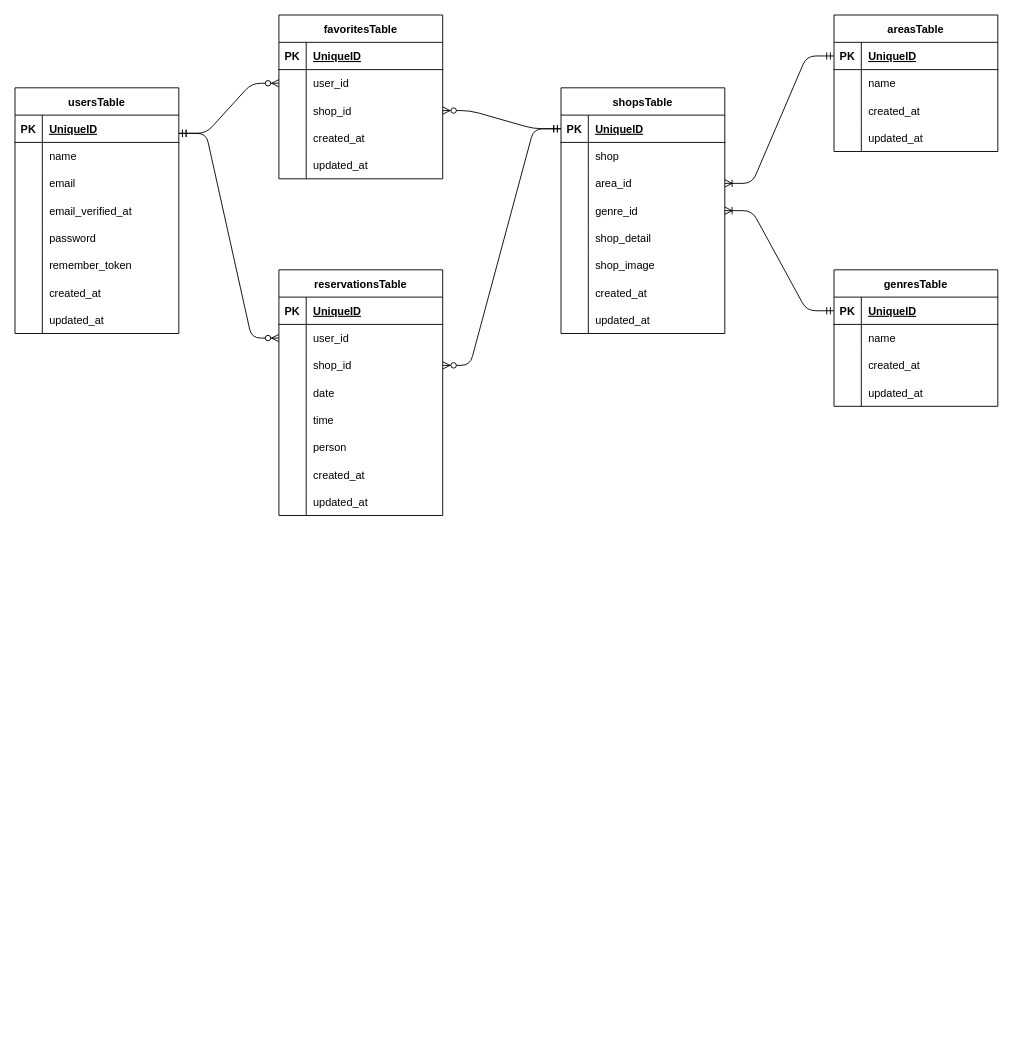
Before: er.dio in Chayney/reservation, a draw.io diagram. Source tidied: cells renumbered, new cells numbered last; positions are measured from the earlier drawing's top-left corner, leaving out a move shared by most shapes. Both pictures are drawn from the tidied source at 91%, with x=0, y=0 at pixel (15, 15).
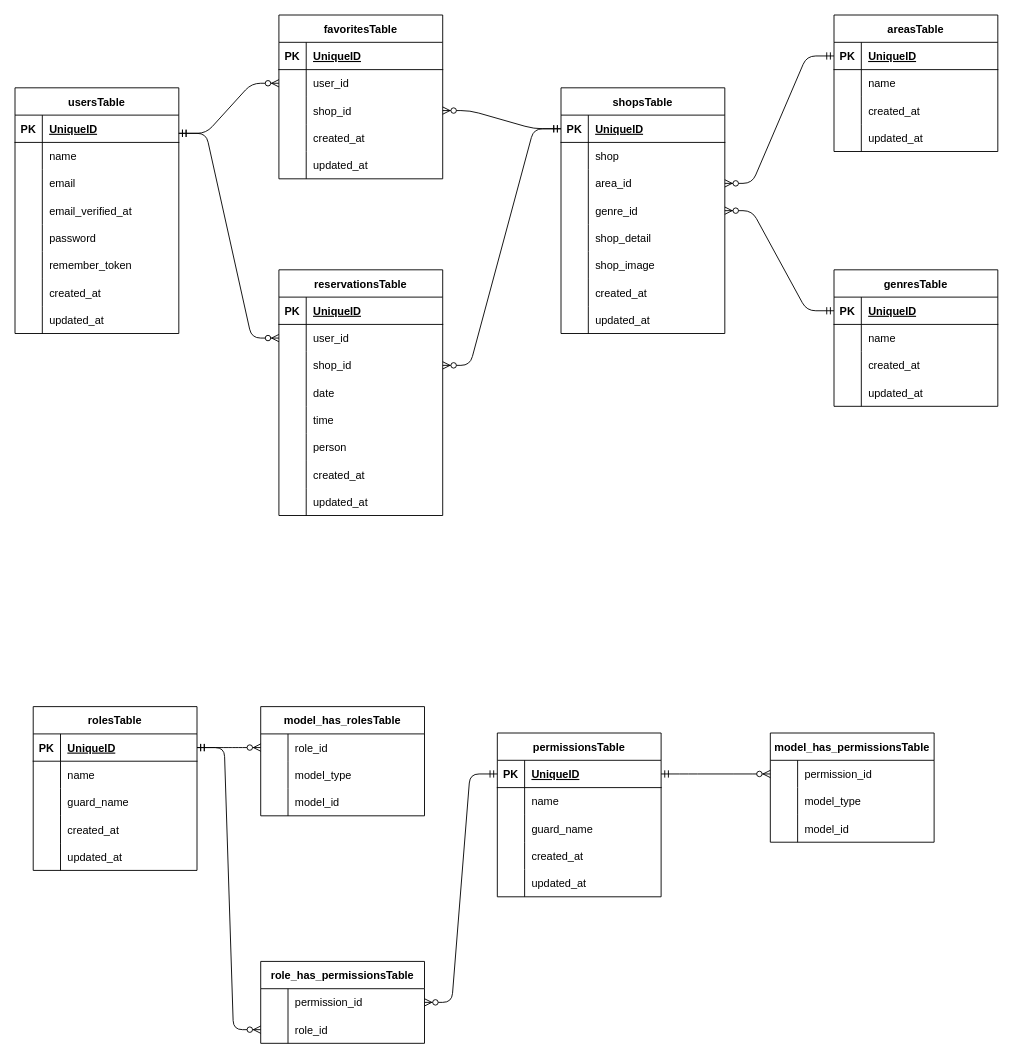
After the change.

Unchanged cells that the change refers to:
```xml
<mxCell id="75" style="shape=tableRow;horizontal=0;startSize=0;swimlaneHead=0;swimlaneBody=0;fillColor=none;points=[[0,0.5],[1,0.5]];portConstraint=eastwest;top=0;left=0;right=0;bottom=0;" parent="68" vertex="1">
  <mxGeometry y="90" width="180" height="30" as="geometry" />
</mxCell>
<mxCell id="78" style="shape=tableRow;horizontal=0;startSize=0;swimlaneHead=0;swimlaneBody=0;fillColor=none;points=[[0,0.5],[1,0.5]];portConstraint=eastwest;top=0;left=0;right=0;bottom=0;" parent="68" vertex="1">
  <mxGeometry y="120" width="180" height="30" as="geometry" />
</mxCell>
<mxCell id="98" style="shape=tableRow;horizontal=0;startSize=0;swimlaneHead=0;swimlaneBody=0;fillColor=none;points=[[0,0.5],[1,0.5]];portConstraint=eastwest;top=0;left=0;right=0;bottom=1;" parent="97" vertex="1">
  <mxGeometry y="30" width="180" height="30" as="geometry" />
</mxCell>
<mxCell id="111" style="shape=tableRow;horizontal=0;startSize=0;swimlaneHead=0;swimlaneBody=0;fillColor=none;points=[[0,0.5],[1,0.5]];portConstraint=eastwest;top=0;left=0;right=0;bottom=1;" parent="110" vertex="1">
  <mxGeometry y="30" width="180" height="30" as="geometry" />
</mxCell>
```

What changed in the source:
```diff
@@
-    <mxCell id="123" style="edgeStyle=entityRelationEdgeStyle;fontSize=12;html=1;endArrow=ERoneToMany;startArrow=ERmandOne;exitX=0;exitY=0.5;exitDx=0;exitDy=0;entryX=1;entryY=0.5;entryDx=0;entryDy=0;" parent="1" edge="1" source="98" target="75">
+    <mxCell id="123" style="edgeStyle=entityRelationEdgeStyle;fontSize=12;html=1;endArrow=ERzeroToMany;startArrow=ERmandOne;entryX=1;entryY=0.5;entryDx=0;entryDy=0;" parent="1" edge="1" source="98" target="75">
       <mxGeometry relative="1" as="geometry" />
     </mxCell>
-    <mxCell id="124" style="edgeStyle=entityRelationEdgeStyle;fontSize=12;html=1;endArrow=ERoneToMany;startArrow=ERmandOne;entryX=1;entryY=0.5;entryDx=0;entryDy=0;exitX=0;exitY=0.5;exitDx=0;exitDy=0;" parent="1" edge="1" source="111" target="78">
+    <mxCell id="124" style="edgeStyle=entityRelationEdgeStyle;fontSize=12;html=1;endArrow=ERzeroToMany;startArrow=ERmandOne;" parent="1" edge="1" source="111" target="78">
       <mxGeometry relative="1" as="geometry" />
     </mxCell>
+    <mxCell id="125" value="rolesTable" style="shape=table;startSize=30;childLayout=tableLayout;rowLines=0;fontStyle=1;align=center;" parent="1" vertex="1">
+      <mxGeometry x="20" y="760" width="180" height="180" as="geometry" />
+    </mxCell>
+    <mxCell id="126" style="shape=tableRow;horizontal=0;startSize=0;swimlaneHead=0;swimlaneBody=0;fillColor=none;points=[[0,0.5],[1,0.5]];portConstraint=eastwest;top=0;left=0;right=0;bottom=1;" parent="125" vertex="1">
+      <mxGeometry y="30" width="180" height="30" as="geometry" />
+    </mxCell>
+    <mxCell id="127" value="PK" style="shape=partialRectangle;fillColor=none;top=0;left=0;bottom=0;right=0;fontStyle=1;overflow=hidden;" parent="126" vertex="1">
+      <mxGeometry width="30" height="30" as="geometry" />
+    </mxCell>
+    <mxCell id="128" value="UniqueID" style="shape=partialRectangle;fillColor=none;top=0;left=0;bottom=0;right=0;align=left;spacingLeft=6;fontStyle=5;overflow=hidden;" parent="126" vertex="1">
+      <mxGeometry x="30" width="150" height="30" as="geometry" />
+    </mxCell>
+    <mxCell id="129" style="shape=tableRow;horizontal=0;startSize=0;swimlaneHead=0;swimlaneBody=0;fillColor=none;top=0;left=0;right=0;bottom=0;" parent="125" vertex="1">
+      <mxGeometry y="60" width="180" height="30" as="geometry" />
+    </mxCell>
+    <mxCell id="130" style="shape=partialRectangle;fillColor=none;top=0;left=0;bottom=0;right=0;overflow=hidden;" parent="129" vertex="1">
+      <mxGeometry width="30" height="30" as="geometry" />
+    </mxCell>
+    <mxCell id="131" value="name" style="shape=partialRectangle;fillColor=none;top=0;left=0;bottom=0;right=0;align=left;spacingLeft=6;overflow=hidden;" parent="129" vertex="1">
+      <mxGeometry x="30" width="150" height="30" as="geometry" />
+    </mxCell>
+    <mxCell id="132" style="shape=tableRow;horizontal=0;startSize=0;swimlaneHead=0;swimlaneBody=0;fillColor=none;top=0;left=0;right=0;bottom=0;" parent="125" vertex="1">
+      <mxGeometry y="90" width="180" height="30" as="geometry" />
+    </mxCell>
+    <mxCell id="133" style="shape=partialRectangle;fillColor=none;top=0;left=0;bottom=0;right=0;overflow=hidden;" parent="132" vertex="1">
+      <mxGeometry width="30" height="30" as="geometry" />
+    </mxCell>
+    <mxCell id="134" value="guard_name" style="shape=partialRectangle;fillColor=none;top=0;left=0;bottom=0;right=0;align=left;spacingLeft=6;overflow=hidden;" parent="132" vertex="1">
+      <mxGeometry x="30" width="150" height="30" as="geometry" />
+    </mxCell>
+    <mxCell id="135" style="shape=tableRow;horizontal=0;startSize=0;swimlaneHead=0;swimlaneBody=0;fillColor=none;top=0;left=0;right=0;bottom=0;" parent="125" vertex="1">
+      <mxGeometry y="120" width="180" height="30" as="geometry" />
+    </mxCell>
+    <mxCell id="136" style="shape=partialRectangle;fillColor=none;top=0;left=0;bottom=0;right=0;overflow=hidden;" parent="135" vertex="1">
+      <mxGeometry width="30" height="30" as="geometry" />
+    </mxCell>
+    <mxCell id="137" value="created_at" style="shape=partialRectangle;fillColor=none;top=0;left=0;bottom=0;right=0;align=left;spacingLeft=6;overflow=hidden;" parent="135" vertex="1">
+      <mxGeometry x="30" width="150" height="30" as="geometry" />
+    </mxCell>
+    <mxCell id="138" style="shape=tableRow;horizontal=0;startSize=0;swimlaneHead=0;swimlaneBody=0;fillColor=none;top=0;left=0;right=0;bottom=0;" parent="125" vertex="1">
+      <mxGeometry y="150" width="180" height="30" as="geometry" />
+    </mxCell>
+    <mxCell id="139" style="shape=partialRectangle;fillColor=none;top=0;left=0;bottom=0;right=0;overflow=hidden;" parent="138" vertex="1">
+      <mxGeometry width="30" height="30" as="geometry" />
+    </mxCell>
+    <mxCell id="140" value="updated_at" style="shape=partialRectangle;fillColor=none;top=0;left=0;bottom=0;right=0;align=left;spacingLeft=6;overflow=hidden;" parent="138" vertex="1">
+      <mxGeometry x="30" width="150" height="30" as="geometry" />
+    </mxCell>
+    <mxCell id="141" value="model_has_rolesTable" style="shape=table;startSize=30;childLayout=tableLayout;rowLines=0;fontStyle=1;align=center;" parent="1" vertex="1">
+      <mxGeometry x="270" y="760" width="180" height="120" as="geometry" />
+    </mxCell>
+    <mxCell id="142" style="shape=tableRow;horizontal=0;startSize=0;swimlaneHead=0;swimlaneBody=0;fillColor=none;points=[[0,0.5],[1,0.5]];portConstraint=eastwest;top=0;left=0;right=0;bottom=0;" parent="141" vertex="1">
+      <mxGeometry y="30" width="180" height="30" as="geometry" />
+    </mxCell>
+    <mxCell id="143" style="shape=partialRectangle;fillColor=none;top=0;left=0;bottom=0;right=0;overflow=hidden;" parent="142" vertex="1">
+      <mxGeometry width="30" height="30" as="geometry" />
+    </mxCell>
+    <mxCell id="144" value="role_id" style="shape=partialRectangle;fillColor=none;top=0;left=0;bottom=0;right=0;align=left;spacingLeft=6;overflow=hidden;" parent="142" vertex="1">
+      <mxGeometry x="30" width="150" height="30" as="geometry" />
+    </mxCell>
+    <mxCell id="145" style="shape=tableRow;horizontal=0;startSize=0;swimlaneHead=0;swimlaneBody=0;fillColor=none;top=0;left=0;right=0;bottom=0;" parent="141" vertex="1">
+      <mxGeometry y="60" width="180" height="30" as="geometry" />
+    </mxCell>
+    <mxCell id="146" style="shape=partialRectangle;fillColor=none;top=0;left=0;bottom=0;right=0;overflow=hidden;" parent="145" vertex="1">
+      <mxGeometry width="30" height="30" as="geometry" />
+    </mxCell>
+    <mxCell id="147" value="model_type" style="shape=partialRectangle;fillColor=none;top=0;left=0;bottom=0;right=0;align=left;spacingLeft=6;overflow=hidden;" parent="145" vertex="1">
+      <mxGeometry x="30" width="150" height="30" as="geometry" />
+    </mxCell>
+    <mxCell id="148" style="shape=tableRow;horizontal=0;startSize=0;swimlaneHead=0;swimlaneBody=0;fillColor=none;top=0;left=0;right=0;bottom=0;" parent="141" vertex="1">
+      <mxGeometry y="90" width="180" height="30" as="geometry" />
+    </mxCell>
+    <mxCell id="149" style="shape=partialRectangle;fillColor=none;top=0;left=0;bottom=0;right=0;overflow=hidden;" parent="148" vertex="1">
+      <mxGeometry width="30" height="30" as="geometry" />
+    </mxCell>
+    <mxCell id="150" value="model_id" style="shape=partialRectangle;fillColor=none;top=0;left=0;bottom=0;right=0;align=left;spacingLeft=6;overflow=hidden;" parent="148" vertex="1">
+      <mxGeometry x="30" width="150" height="30" as="geometry" />
+    </mxCell>
+    <mxCell id="151" value="role_has_permissionsTable" style="shape=table;startSize=30;childLayout=tableLayout;rowLines=0;fontStyle=1;align=center;" parent="1" vertex="1">
+      <mxGeometry x="270" y="1040" width="180" height="90" as="geometry" />
+    </mxCell>
+    <mxCell id="152" style="shape=tableRow;horizontal=0;startSize=0;swimlaneHead=0;swimlaneBody=0;fillColor=none;points=[[0,0.5],[1,0.5]];portConstraint=eastwest;top=0;left=0;right=0;bottom=0;" parent="151" vertex="1">
+      <mxGeometry y="30" width="180" height="30" as="geometry" />
+    </mxCell>
+    <mxCell id="153" style="shape=partialRectangle;fillColor=none;top=0;left=0;bottom=0;right=0;overflow=hidden;" parent="152" vertex="1">
+      <mxGeometry width="30" height="30" as="geometry" />
+    </mxCell>
+    <mxCell id="154" value="permission_id" style="shape=partialRectangle;fillColor=none;top=0;left=0;bottom=0;right=0;align=left;spacingLeft=6;overflow=hidden;" parent="152" vertex="1">
+      <mxGeometry x="30" width="150" height="30" as="geometry" />
+    </mxCell>
+    <mxCell id="155" style="shape=tableRow;horizontal=0;startSize=0;swimlaneHead=0;swimlaneBody=0;fillColor=none;points=[[0,0.5],[1,0.5]];portConstraint=eastwest;top=0;left=0;right=0;bottom=0;" parent="151" vertex="1">
+      <mxGeometry y="60" width="180" height="30" as="geometry" />
+    </mxCell>
+    <mxCell id="156" style="shape=partialRectangle;fillColor=none;top=0;left=0;bottom=0;right=0;overflow=hidden;" parent="155" vertex="1">
+      <mxGeometry width="30" height="30" as="geometry" />
+    </mxCell>
+    <mxCell id="157" value="role_id" style="shape=partialRectangle;fillColor=none;top=0;left=0;bottom=0;right=0;align=left;spacingLeft=6;overflow=hidden;" parent="155" vertex="1">
+      <mxGeometry x="30" width="150" height="30" as="geometry" />
+    </mxCell>
+    <mxCell id="158" value="permissionsTable" style="shape=table;startSize=30;childLayout=tableLayout;rowLines=0;fontStyle=1;align=center;" parent="1" vertex="1">
+      <mxGeometry x="530" y="789" width="180" height="180" as="geometry" />
+    </mxCell>
+    <mxCell id="159" style="shape=tableRow;horizontal=0;startSize=0;swimlaneHead=0;swimlaneBody=0;fillColor=none;points=[[0,0.5],[1,0.5]];portConstraint=eastwest;top=0;left=0;right=0;bottom=1;" parent="158" vertex="1">
+      <mxGeometry y="30" width="180" height="30" as="geometry" />
+    </mxCell>
+    <mxCell id="160" value="PK" style="shape=partialRectangle;fillColor=none;top=0;left=0;bottom=0;right=0;fontStyle=1;overflow=hidden;" parent="159" vertex="1">
+      <mxGeometry width="30" height="30" as="geometry" />
+    </mxCell>
+    <mxCell id="161" value="UniqueID" style="shape=partialRectangle;fillColor=none;top=0;left=0;bottom=0;right=0;align=left;spacingLeft=6;fontStyle=5;overflow=hidden;" parent="159" vertex="1">
+      <mxGeometry x="30" width="150" height="30" as="geometry" />
+    </mxCell>
+    <mxCell id="162" style="shape=tableRow;horizontal=0;startSize=0;swimlaneHead=0;swimlaneBody=0;fillColor=none;top=0;left=0;right=0;bottom=0;" parent="158" vertex="1">
+      <mxGeometry y="60" width="180" height="30" as="geometry" />
+    </mxCell>
+    <mxCell id="163" style="shape=partialRectangle;fillColor=none;top=0;left=0;bottom=0;right=0;overflow=hidden;" parent="162" vertex="1">
+      <mxGeometry width="30" height="30" as="geometry" />
+    </mxCell>
+    <mxCell id="164" value="name" style="shape=partialRectangle;fillColor=none;top=0;left=0;bottom=0;right=0;align=left;spacingLeft=6;overflow=hidden;" parent="162" vertex="1">
+      <mxGeometry x="30" width="150" height="30" as="geometry" />
+    </mxCell>
+    <mxCell id="165" style="shape=tableRow;horizontal=0;startSize=0;swimlaneHead=0;swimlaneBody=0;fillColor=none;top=0;left=0;right=0;bottom=0;" parent="158" vertex="1">
+      <mxGeometry y="90" width="180" height="30" as="geometry" />
+    </mxCell>
+    <mxCell id="166" style="shape=partialRectangle;fillColor=none;top=0;left=0;bottom=0;right=0;overflow=hidden;" parent="165" vertex="1">
+      <mxGeometry width="30" height="30" as="geometry" />
+    </mxCell>
+    <mxCell id="167" value="guard_name" style="shape=partialRectangle;fillColor=none;top=0;left=0;bottom=0;right=0;align=left;spacingLeft=6;overflow=hidden;" parent="165" vertex="1">
+      <mxGeometry x="30" width="150" height="30" as="geometry" />
+    </mxCell>
+    <mxCell id="168" style="shape=tableRow;horizontal=0;startSize=0;swimlaneHead=0;swimlaneBody=0;fillColor=none;top=0;left=0;right=0;bottom=0;" parent="158" vertex="1">
+      <mxGeometry y="120" width="180" height="30" as="geometry" />
+    </mxCell>
+    <mxCell id="169" style="shape=partialRectangle;fillColor=none;top=0;left=0;bottom=0;right=0;overflow=hidden;" parent="168" vertex="1">
+      <mxGeometry width="30" height="30" as="geometry" />
+    </mxCell>
+    <mxCell id="170" value="created_at" style="shape=partialRectangle;fillColor=none;top=0;left=0;bottom=0;right=0;align=left;spacingLeft=6;overflow=hidden;" parent="168" vertex="1">
+      <mxGeometry x="30" width="150" height="30" as="geometry" />
+    </mxCell>
+    <mxCell id="171" style="shape=tableRow;horizontal=0;startSize=0;swimlaneHead=0;swimlaneBody=0;fillColor=none;top=0;left=0;right=0;bottom=0;" parent="158" vertex="1">
+      <mxGeometry y="150" width="180" height="30" as="geometry" />
+    </mxCell>
+    <mxCell id="172" style="shape=partialRectangle;fillColor=none;top=0;left=0;bottom=0;right=0;overflow=hidden;" parent="171" vertex="1">
+      <mxGeometry width="30" height="30" as="geometry" />
+    </mxCell>
+    <mxCell id="173" value="updated_at" style="shape=partialRectangle;fillColor=none;top=0;left=0;bottom=0;right=0;align=left;spacingLeft=6;overflow=hidden;" parent="171" vertex="1">
+      <mxGeometry x="30" width="150" height="30" as="geometry" />
+    </mxCell>
+    <mxCell id="174" value="model_has_permissionsTable" style="shape=table;startSize=30;childLayout=tableLayout;rowLines=0;fontStyle=1;align=center;" parent="1" vertex="1">
+      <mxGeometry x="830" y="789" width="180" height="120" as="geometry" />
+    </mxCell>
+    <mxCell id="175" style="shape=tableRow;horizontal=0;startSize=0;swimlaneHead=0;swimlaneBody=0;fillColor=none;points=[[0,0.5],[1,0.5]];portConstraint=eastwest;top=0;left=0;right=0;bottom=0;" parent="174" vertex="1">
+      <mxGeometry y="30" width="180" height="30" as="geometry" />
+    </mxCell>
+    <mxCell id="176" style="shape=partialRectangle;fillColor=none;top=0;left=0;bottom=0;right=0;overflow=hidden;" parent="175" vertex="1">
+      <mxGeometry width="30" height="30" as="geometry" />
+    </mxCell>
+    <mxCell id="177" value="permission_id" style="shape=partialRectangle;fillColor=none;top=0;left=0;bottom=0;right=0;align=left;spacingLeft=6;overflow=hidden;" parent="175" vertex="1">
+      <mxGeometry x="30" width="150" height="30" as="geometry" />
+    </mxCell>
+    <mxCell id="178" style="shape=tableRow;horizontal=0;startSize=0;swimlaneHead=0;swimlaneBody=0;fillColor=none;top=0;left=0;right=0;bottom=0;" parent="174" vertex="1">
+      <mxGeometry y="60" width="180" height="30" as="geometry" />
+    </mxCell>
+    <mxCell id="179" style="shape=partialRectangle;fillColor=none;top=0;left=0;bottom=0;right=0;overflow=hidden;" parent="178" vertex="1">
+      <mxGeometry width="30" height="30" as="geometry" />
+    </mxCell>
+    <mxCell id="180" value="model_type" style="shape=partialRectangle;fillColor=none;top=0;left=0;bottom=0;right=0;align=left;spacingLeft=6;overflow=hidden;" parent="178" vertex="1">
+      <mxGeometry x="30" width="150" height="30" as="geometry" />
+    </mxCell>
+    <mxCell id="181" style="shape=tableRow;horizontal=0;startSize=0;swimlaneHead=0;swimlaneBody=0;fillColor=none;top=0;left=0;right=0;bottom=0;" parent="174" vertex="1">
+      <mxGeometry y="90" width="180" height="30" as="geometry" />
+    </mxCell>
+    <mxCell id="182" style="shape=partialRectangle;fillColor=none;top=0;left=0;bottom=0;right=0;overflow=hidden;" parent="181" vertex="1">
+      <mxGeometry width="30" height="30" as="geometry" />
+    </mxCell>
+    <mxCell id="183" value="model_id" style="shape=partialRectangle;fillColor=none;top=0;left=0;bottom=0;right=0;align=left;spacingLeft=6;overflow=hidden;" parent="181" vertex="1">
+      <mxGeometry x="30" width="150" height="30" as="geometry" />
+    </mxCell>
+    <mxCell id="184" style="edgeStyle=entityRelationEdgeStyle;fontSize=12;html=1;endArrow=ERzeroToMany;startArrow=ERmandOne;exitX=1;exitY=0.5;exitDx=0;exitDy=0;" parent="1" edge="1" source="126" target="142">
+      <mxGeometry relative="1" as="geometry" />
+    </mxCell>
+    <mxCell id="185" style="edgeStyle=entityRelationEdgeStyle;fontSize=12;html=1;endArrow=ERzeroToMany;startArrow=ERmandOne;exitX=1;exitY=0.5;exitDx=0;exitDy=0;" parent="1" edge="1" source="126" target="155">
+      <mxGeometry relative="1" as="geometry" />
+    </mxCell>
+    <mxCell id="186" style="edgeStyle=entityRelationEdgeStyle;fontSize=12;html=1;endArrow=ERzeroToMany;startArrow=ERmandOne;" parent="1" edge="1" source="159" target="152">
+      <mxGeometry relative="1" as="geometry" />
+    </mxCell>
+    <mxCell id="187" style="edgeStyle=entityRelationEdgeStyle;fontSize=12;html=1;endArrow=ERzeroToMany;startArrow=ERmandOne;" parent="1" edge="1" source="159" target="175">
+      <mxGeometry relative="1" as="geometry" />
+    </mxCell>
```
